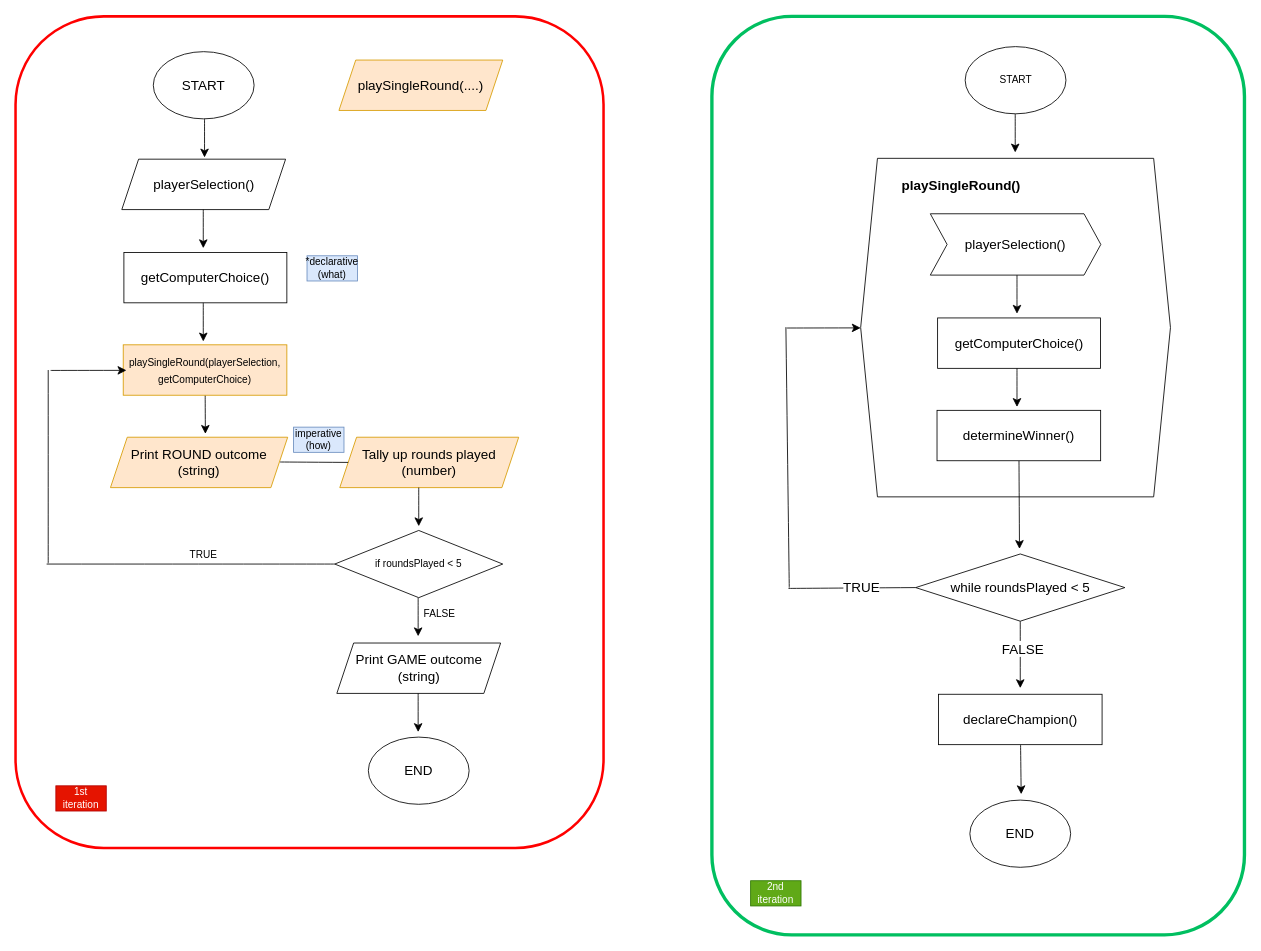
This is flowchart.drawio from d1anas0/Rock-Paper-Scissors, a draw.io file, before an edit. Source tidied: cells renumbered, new cells numbered last; positions are measured from the earlier drawing's top-left corner, leaving out a move shared by most shapes. Both pictures are drawn from the tidied source at 84%, with x=0, y=0 at pixel (15, 16).
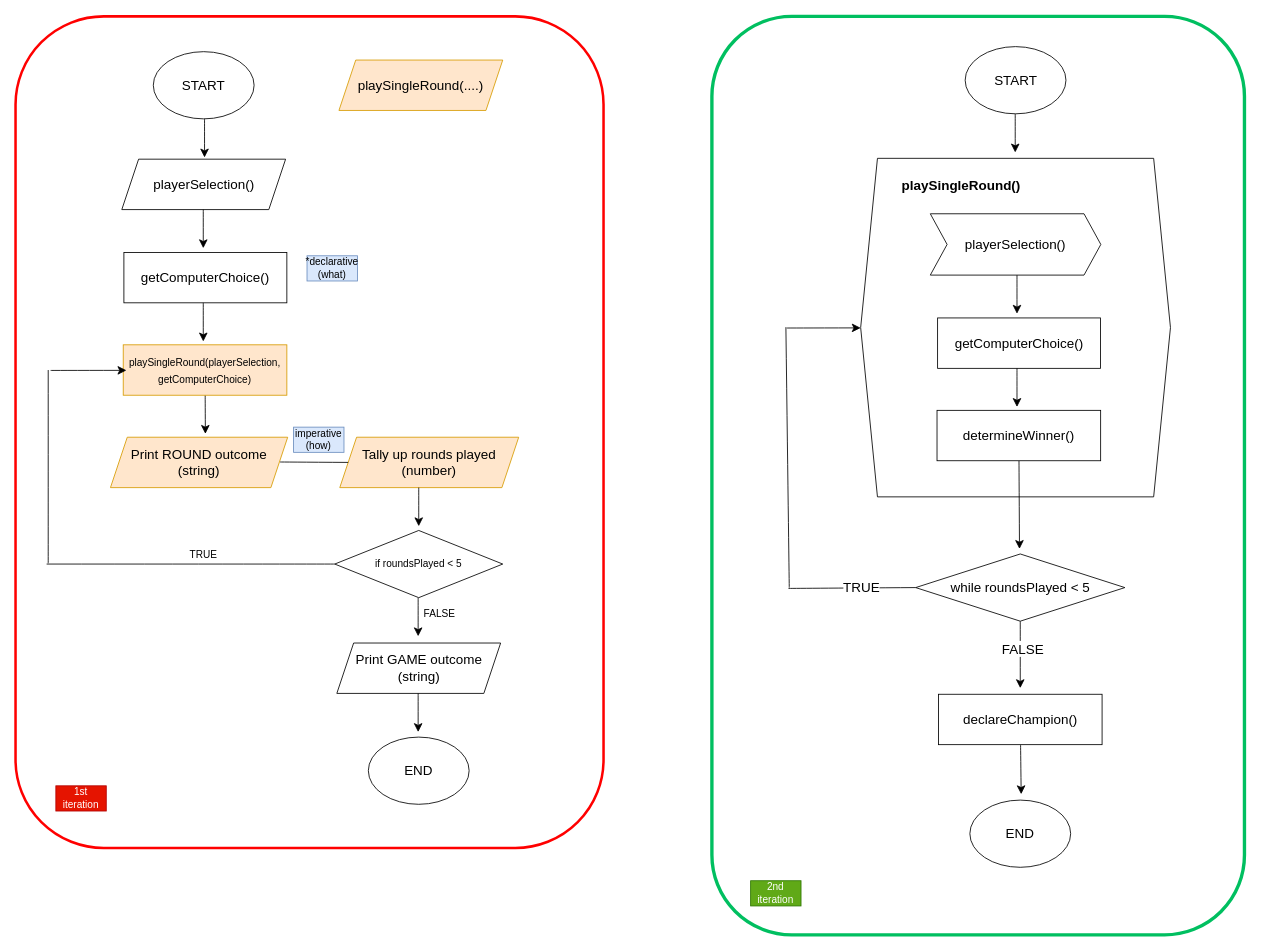
Above is the later version.

The change refers to these unchanged cells:
```xml
<mxCell id="26" style="group;" parent="1" vertex="1">
  <mxGeometry x="917.1" y="36" width="457.8" height="977" as="geometry" />
</mxCell>
```

Change to the diagram source:
```diff
@@
-    <mxCell id="28" value="START" style="ellipse;whiteSpace=wrap;html=1;labelBackgroundColor=none;labelBorderColor=none;fontSize=12;" parent="26" vertex="1">
+    <mxCell id="28" value="&lt;font style=&quot;font-size: 16px;&quot;&gt;START&lt;/font&gt;" style="ellipse;whiteSpace=wrap;html=1;labelBackgroundColor=none;labelBorderColor=none;fontSize=12;" parent="26" vertex="1">
       <mxGeometry x="213.4" width="120" height="80" as="geometry" />
     </mxCell>
```
